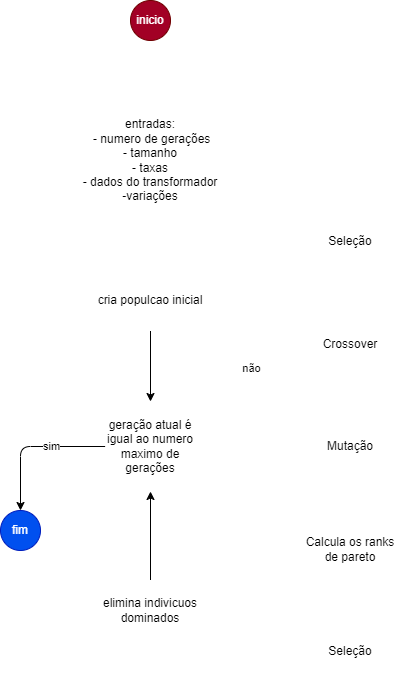
Before: escrita/figures/algoritimo.drawio.png, a diagram exported from draw.io (Danilodcn/TrafoTCC). Source tidied: cells renumbered, new cells last; positions are measured from the earlier drawing's top-left corner, leaving out a move shared by most shapes. The source it was exported from:
```xml
<mxGraphModel>
  <root>
    <mxCell id="0" />
    <mxCell id="1" parent="0" />
    <mxCell id="2" style="edgeStyle=none;html=1;" parent="1" edge="1" source="3" target="10">
      <mxGeometry relative="1" as="geometry" />
    </mxCell>
    <mxCell id="3" value="cria populcao inicial" style="rounded=1;whiteSpace=wrap;html=1;fillColor=none;strokeColor=#FFFFFF;" parent="1" vertex="1">
      <mxGeometry x="90" y="270" width="120" height="60" as="geometry" />
    </mxCell>
    <mxCell id="4" style="edgeStyle=orthogonalEdgeStyle;html=1;strokeColor=#FFFFFF;" parent="1" edge="1" source="5" target="26">
      <mxGeometry relative="1" as="geometry" />
    </mxCell>
    <mxCell id="5" value="inicio" style="ellipse;whiteSpace=wrap;html=1;strokeColor=#6F0000;fillColor=#a20025;fontColor=#ffffff;" parent="1" vertex="1">
      <mxGeometry x="130" width="40" height="40" as="geometry" />
    </mxCell>
    <mxCell id="6" style="edgeStyle=orthogonalEdgeStyle;html=1;entryX=0.5;entryY=0;entryDx=0;entryDy=0;" parent="1" edge="1" source="10" target="11">
      <mxGeometry relative="1" as="geometry" />
    </mxCell>
    <mxCell id="7" value="sim" style="edgeLabel;html=1;align=center;verticalAlign=middle;" parent="6" vertex="1">
      <mxGeometry x="-0.27" relative="1" as="geometry" />
    </mxCell>
    <mxCell id="8" style="edgeStyle=orthogonalEdgeStyle;html=1;entryX=0;entryY=0.5;entryDx=0;entryDy=0;strokeColor=#FFFFFF;" parent="1" edge="1" source="10" target="19">
      <mxGeometry relative="1" as="geometry">
        <Array as="points">
          <mxPoint x="250" y="446" />
          <mxPoint x="250" y="241" />
        </Array>
      </mxGeometry>
    </mxCell>
    <mxCell id="9" value="não" style="edgeLabel;html=1;align=center;verticalAlign=middle;" parent="8" vertex="1">
      <mxGeometry x="-0.14" y="-1" relative="1" as="geometry" />
    </mxCell>
    <mxCell id="10" value="geração atual é igual ao numero maximo de gerações" style="rhombus;whiteSpace=wrap;html=1;strokeColor=#FFFFFF;fillColor=none;" parent="1" vertex="1">
      <mxGeometry x="105" y="401" width="90" height="90" as="geometry" />
    </mxCell>
    <mxCell id="11" value="fim" style="ellipse;whiteSpace=wrap;html=1;fillColor=#0050ef;fontColor=#ffffff;strokeColor=#001DBC;" parent="1" vertex="1">
      <mxGeometry y="510" width="40" height="40" as="geometry" />
    </mxCell>
    <mxCell id="12" style="edgeStyle=orthogonalEdgeStyle;html=1;" parent="1" edge="1" source="13" target="10">
      <mxGeometry relative="1" as="geometry" />
    </mxCell>
    <mxCell id="13" value="elimina indivicuos dominados" style="rounded=1;whiteSpace=wrap;html=1;fillColor=none;strokeColor=#FFFFFF;" parent="1" vertex="1">
      <mxGeometry x="90" y="580" width="120" height="60" as="geometry" />
    </mxCell>
    <mxCell id="14" style="group;" parent="1" vertex="1">
      <mxGeometry x="290" y="211" width="120" height="470" as="geometry" />
    </mxCell>
    <mxCell id="15" value="Crossover" style="shape=parallelogram;perimeter=parallelogramPerimeter;whiteSpace=wrap;html=1;fixedSize=1;strokeColor=#FFFFFF;fillColor=none;" parent="14" vertex="1">
      <mxGeometry y="103" width="120" height="60" as="geometry" />
    </mxCell>
    <mxCell id="16" value="Mutação" style="shape=parallelogram;perimeter=parallelogramPerimeter;whiteSpace=wrap;html=1;fixedSize=1;strokeColor=#FFFFFF;fillColor=none;" parent="14" vertex="1">
      <mxGeometry y="205" width="120" height="60" as="geometry" />
    </mxCell>
    <mxCell id="17" style="edgeStyle=orthogonalEdgeStyle;html=1;strokeColor=#FFFFFF;" parent="14" edge="1" source="15" target="16">
      <mxGeometry relative="1" as="geometry" />
    </mxCell>
    <mxCell id="18" style="edgeStyle=orthogonalEdgeStyle;html=1;entryX=0.5;entryY=0;entryDx=0;entryDy=0;strokeColor=#FFFFFF;" parent="14" edge="1" source="19" target="15">
      <mxGeometry relative="1" as="geometry" />
    </mxCell>
    <mxCell id="19" value="Seleção" style="shape=parallelogram;perimeter=parallelogramPerimeter;whiteSpace=wrap;html=1;fixedSize=1;strokeColor=#FFFFFF;fillColor=none;" parent="14" vertex="1">
      <mxGeometry width="120" height="60" as="geometry" />
    </mxCell>
    <mxCell id="20" value="Calcula os ranks&lt;br&gt;de pareto" style="shape=parallelogram;perimeter=parallelogramPerimeter;whiteSpace=wrap;html=1;fixedSize=1;strokeColor=#FFFFFF;fillColor=none;" parent="14" vertex="1">
      <mxGeometry y="308" width="120" height="60" as="geometry" />
    </mxCell>
    <mxCell id="21" style="edgeStyle=orthogonalEdgeStyle;html=1;strokeColor=#FFFFFF;" parent="14" edge="1" source="16" target="20">
      <mxGeometry relative="1" as="geometry" />
    </mxCell>
    <mxCell id="22" value="Seleção" style="shape=parallelogram;perimeter=parallelogramPerimeter;whiteSpace=wrap;html=1;fixedSize=1;strokeColor=#FFFFFF;fillColor=none;" parent="14" vertex="1">
      <mxGeometry y="410" width="120" height="60" as="geometry" />
    </mxCell>
    <mxCell id="23" style="edgeStyle=orthogonalEdgeStyle;html=1;strokeColor=#FFFFFF;" parent="14" edge="1" source="20" target="22">
      <mxGeometry relative="1" as="geometry" />
    </mxCell>
    <mxCell id="24" style="edgeStyle=orthogonalEdgeStyle;html=1;entryX=1;entryY=0.5;entryDx=0;entryDy=0;strokeColor=#FFFFFF;" parent="1" edge="1" source="22" target="13">
      <mxGeometry relative="1" as="geometry" />
    </mxCell>
    <mxCell id="25" style="edgeStyle=orthogonalEdgeStyle;html=1;strokeColor=#FFFFFF;" parent="1" edge="1" source="26" target="3">
      <mxGeometry relative="1" as="geometry" />
    </mxCell>
    <mxCell id="26" value="entradas:&lt;br&gt;&lt;span style=&quot;background-color: initial;&quot;&gt;&amp;nbsp;- numero de gerações&lt;br&gt;&lt;/span&gt;&lt;span style=&quot;background-color: initial;&quot;&gt;- tamanho&lt;br&gt;- taxas&lt;br&gt;- dados do transformador&lt;br&gt;-variações&lt;/span&gt;" style="rounded=1;whiteSpace=wrap;html=1;strokeColor=#FFFFFF;fillColor=none;" parent="1" vertex="1">
      <mxGeometry x="55" y="110" width="190" height="100" as="geometry" />
    </mxCell>
  </root>
</mxGraphModel>
```
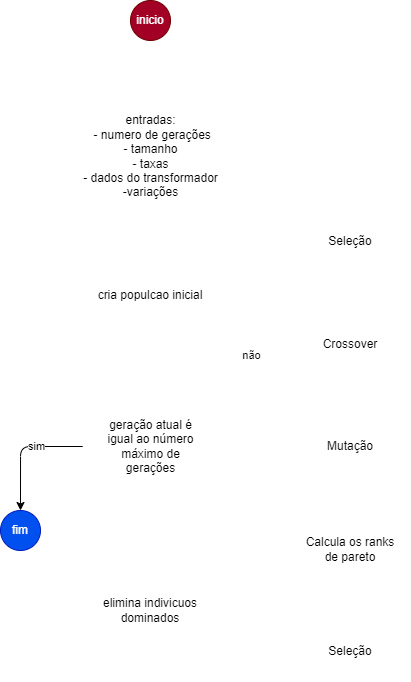
The same file after the commit.

Commit message:
adicionando imagens da aplicação

Diff of the diagram source:
```diff
@@ -2,11 +2,11 @@
   <root>
     <mxCell id="0" />
     <mxCell id="1" parent="0" />
-    <mxCell id="2" style="edgeStyle=none;html=1;" parent="1" edge="1" source="3" target="10">
+    <mxCell id="2" style="edgeStyle=orthogonalEdgeStyle;html=1;entryX=0.5;entryY=0;entryDx=0;entryDy=0;strokeColor=#FFFFFF;" parent="1" edge="1" source="3" target="10">
       <mxGeometry relative="1" as="geometry" />
     </mxCell>
     <mxCell id="3" value="cria populcao inicial" style="rounded=1;whiteSpace=wrap;html=1;fillColor=none;strokeColor=#FFFFFF;" parent="1" vertex="1">
-      <mxGeometry x="90" y="270" width="120" height="60" as="geometry" />
+      <mxGeometry x="80" y="260" width="140" height="70" as="geometry" />
     </mxCell>
     <mxCell id="4" style="edgeStyle=orthogonalEdgeStyle;html=1;strokeColor=#FFFFFF;" parent="1" edge="1" source="5" target="26">
       <mxGeometry relative="1" as="geometry" />
@@ -31,13 +31,13 @@
     <mxCell id="9" value="não" style="edgeLabel;html=1;align=center;verticalAlign=middle;" parent="8" vertex="1">
       <mxGeometry x="-0.14" y="-1" relative="1" as="geometry" />
     </mxCell>
-    <mxCell id="10" value="geração atual é igual ao numero maximo de gerações" style="rhombus;whiteSpace=wrap;html=1;strokeColor=#FFFFFF;fillColor=none;" parent="1" vertex="1">
-      <mxGeometry x="105" y="401" width="90" height="90" as="geometry" />
+    <mxCell id="10" value="geração atual é &lt;br&gt;igual ao número &lt;br&gt;máximo de &lt;br&gt;gerações" style="rhombus;whiteSpace=wrap;html=1;strokeColor=#FFFFFF;fillColor=none;" parent="1" vertex="1">
+      <mxGeometry x="82.5" y="371" width="135" height="150" as="geometry" />
     </mxCell>
     <mxCell id="11" value="fim" style="ellipse;whiteSpace=wrap;html=1;fillColor=#0050ef;fontColor=#ffffff;strokeColor=#001DBC;" parent="1" vertex="1">
       <mxGeometry y="510" width="40" height="40" as="geometry" />
     </mxCell>
-    <mxCell id="12" style="edgeStyle=orthogonalEdgeStyle;html=1;" parent="1" edge="1" source="13" target="10">
+    <mxCell id="12" style="edgeStyle=orthogonalEdgeStyle;html=1;entryX=0.5;entryY=1;entryDx=0;entryDy=0;strokeColor=#FFFFFF;" parent="1" edge="1" source="13" target="10">
       <mxGeometry relative="1" as="geometry" />
     </mxCell>
     <mxCell id="13" value="elimina indivicuos dominados" style="rounded=1;whiteSpace=wrap;html=1;fillColor=none;strokeColor=#FFFFFF;" parent="1" vertex="1">
@@ -80,7 +80,7 @@
       <mxGeometry relative="1" as="geometry" />
     </mxCell>
     <mxCell id="26" value="entradas:&lt;br&gt;&lt;span style=&quot;background-color: initial;&quot;&gt;&amp;nbsp;- numero de gerações&lt;br&gt;&lt;/span&gt;&lt;span style=&quot;background-color: initial;&quot;&gt;- tamanho&lt;br&gt;- taxas&lt;br&gt;- dados do transformador&lt;br&gt;-variações&lt;/span&gt;" style="rounded=1;whiteSpace=wrap;html=1;strokeColor=#FFFFFF;fillColor=none;" parent="1" vertex="1">
-      <mxGeometry x="55" y="110" width="190" height="100" as="geometry" />
+      <mxGeometry x="47.5" y="101" width="205" height="110" as="geometry" />
     </mxCell>
   </root>
 </mxGraphModel>
```
